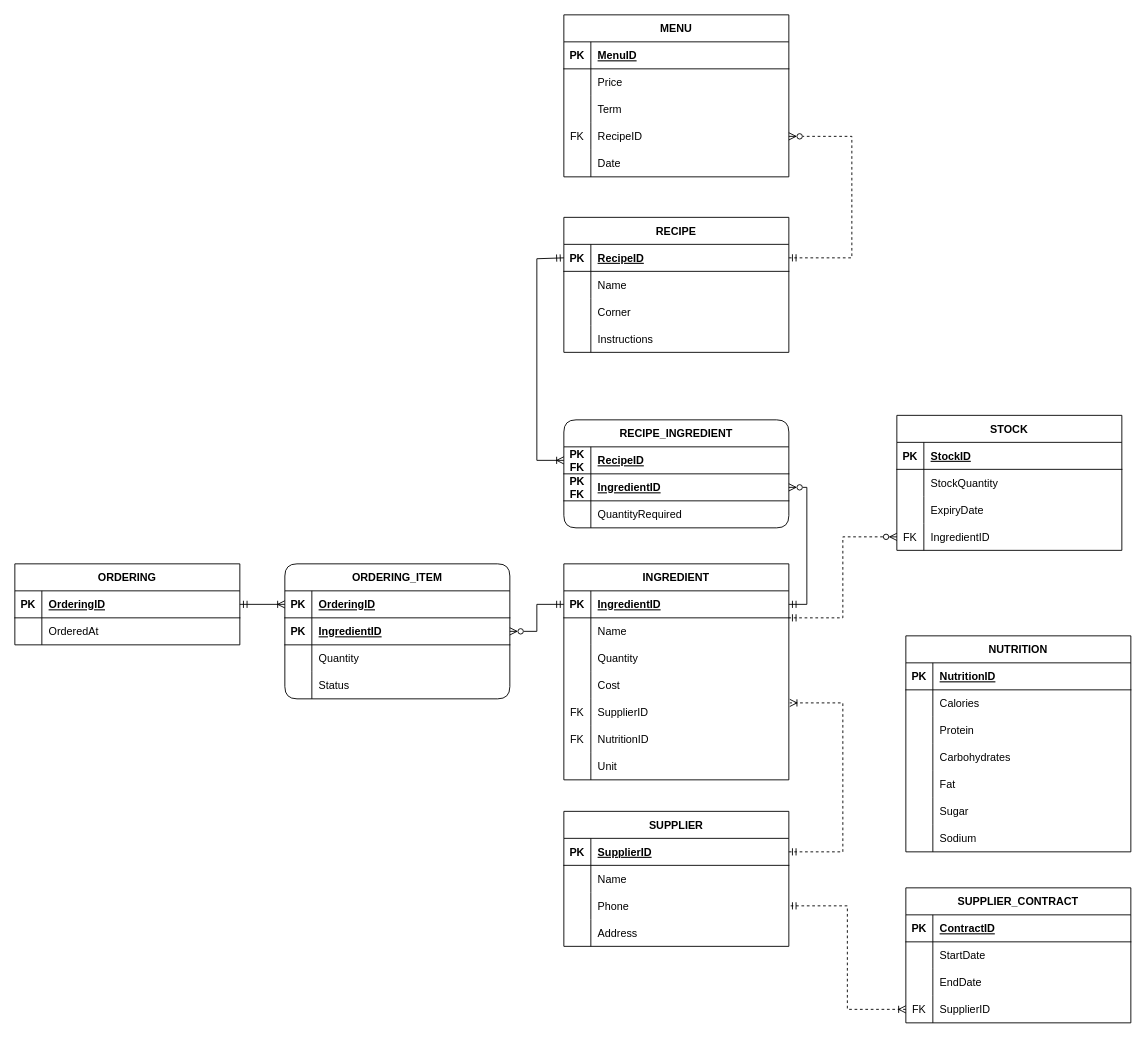
Before: resource/FOOD_CRM.drawio in cryscham123/ERdiagram, a draw.io diagram. Source tidied: cells renumbered, new cells numbered last; positions are measured from the earlier drawing's top-left corner, leaving out a move shared by most shapes. Both pictures are drawn from the tidied source at 90%, with x=0, y=0 at pixel (14, 14).
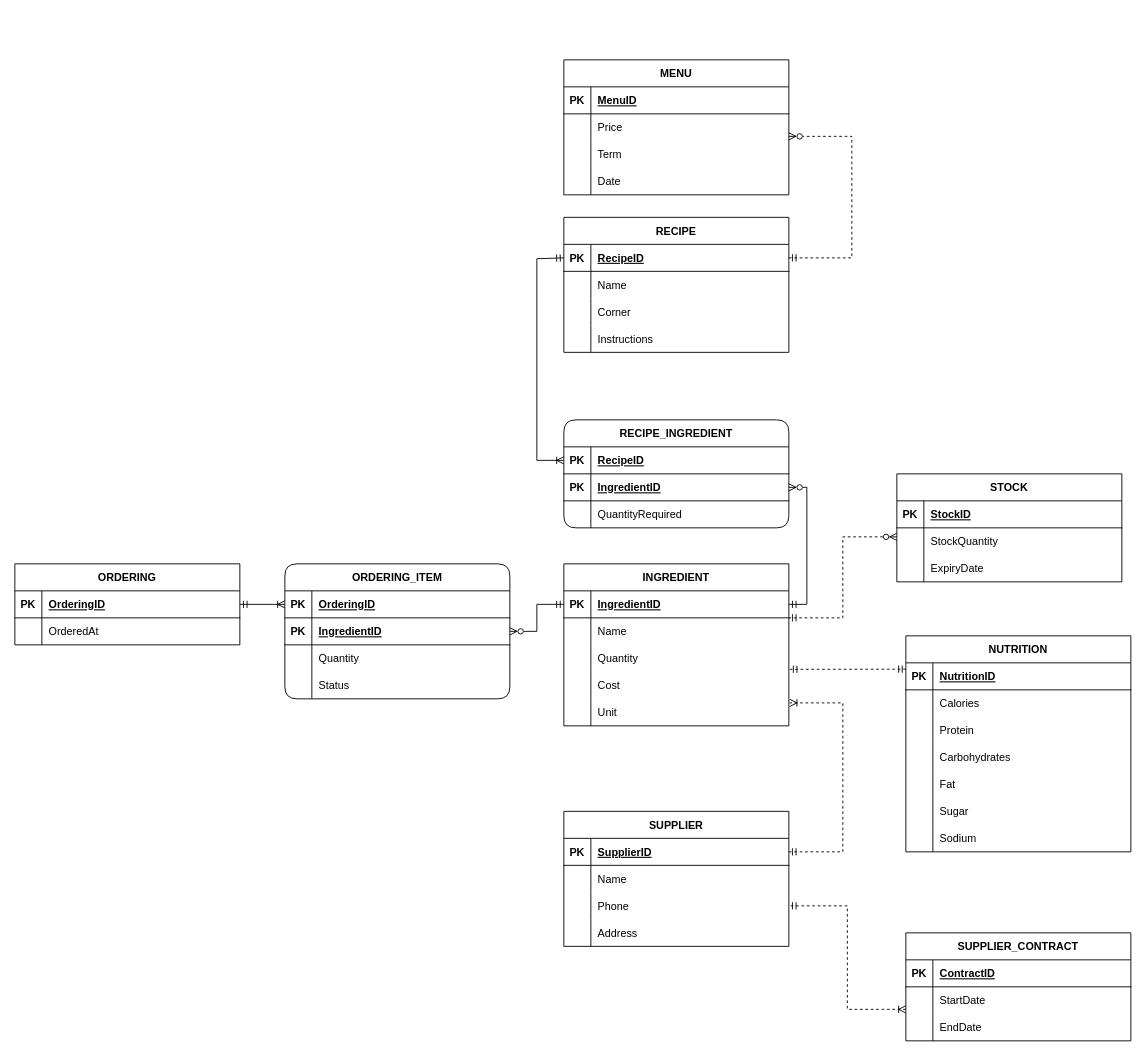
The same diagram, later.

Unchanged cells that the change refers to:
```xml
<mxCell id="4" style="shape=partialRectangle;fillColor=none;points=[[0,0.5],[1,0.5]];portConstraint=eastwest;top=0;left=0;right=0;bottom=1;" parent="3" vertex="1">
  <mxGeometry y="30" width="250" height="30" as="geometry" />
</mxCell>
<mxCell id="41" style="shape=partialRectangle;fillColor=none;points=[[0,0.5],[1,0.5]];portConstraint=eastwest;top=0;left=0;right=0;bottom=0;" parent="34" vertex="1">
  <mxGeometry y="90" width="250" height="30" as="geometry" />
</mxCell>
<mxCell id="91" style="shape=partialRectangle;fillColor=none;points=[[0,0.5],[1,0.5]];portConstraint=eastwest;top=0;left=0;right=0;bottom=1;" parent="90" vertex="1">
  <mxGeometry y="30" width="250" height="30" as="geometry" />
</mxCell>
<mxCell id="105" style="shape=partialRectangle;fillColor=none;points=[[0,0.5],[1,0.5]];portConstraint=eastwest;top=0;left=0;right=0;bottom=1;" parent="104" vertex="1">
  <mxGeometry y="30" width="250" height="30" as="geometry" />
</mxCell>
<mxCell id="108" style="shape=partialRectangle;fillColor=none;points=[[0,0.5],[1,0.5]];portConstraint=eastwest;top=0;left=0;right=0;bottom=1;" parent="104" vertex="1">
  <mxGeometry y="60" width="250" height="30" as="geometry" />
</mxCell>
```

Change to the diagram source:
```diff
@@
     <mxCell id="3" value="INGREDIENT" style="shape=table;startSize=30;childLayout=tableLayout;rowLines=0;fontStyle=1;align=center;" parent="1" vertex="1">
-      <mxGeometry x="610" y="610" width="250" height="240" as="geometry" />
+      <mxGeometry x="610" y="610" width="250" height="180" as="geometry" />
     </mxCell>
@@
-    <mxCell id="16" style="shape=partialRectangle;fillColor=none;points=[[0,0.5],[1,0.5]];portConstraint=eastwest;top=0;left=0;right=0;bottom=0;" parent="3" vertex="1">
-      <mxGeometry y="150" width="250" height="30" as="geometry" />
-    </mxCell>
-    <mxCell id="17" value="FK" style="shape=partialRectangle;overflow=hidden;fillColor=none;top=0;left=0;bottom=0;right=0;" parent="16" vertex="1">
-      <mxGeometry width="30" height="30" as="geometry" />
-    </mxCell>
-    <mxCell id="18" value="SupplierID" style="shape=partialRectangle;overflow=hidden;fillColor=none;top=0;left=0;bottom=0;right=0;align=left;spacingLeft=6;" parent="16" vertex="1">
-      <mxGeometry x="30" width="220" height="30" as="geometry" />
-    </mxCell>
-    <mxCell id="19" style="shape=partialRectangle;fillColor=none;top=0;left=0;right=0;bottom=0;" parent="3" vertex="1">
-      <mxGeometry y="180" width="250" height="30" as="geometry" />
-    </mxCell>
-    <mxCell id="20" value="FK" style="shape=partialRectangle;overflow=hidden;fillColor=none;top=0;left=0;bottom=0;right=0;" parent="19" vertex="1">
-      <mxGeometry width="30" height="30" as="geometry" />
-    </mxCell>
-    <mxCell id="21" value="NutritionID" style="shape=partialRectangle;overflow=hidden;fillColor=none;top=0;left=0;bottom=0;right=0;align=left;spacingLeft=6;" parent="19" vertex="1">
-      <mxGeometry x="30" width="220" height="30" as="geometry" />
-    </mxCell>
     <mxCell id="22" style="shape=partialRectangle;fillColor=none;top=0;left=0;right=0;bottom=0;" parent="3" vertex="1">
-      <mxGeometry y="210" width="250" height="30" as="geometry" />
+      <mxGeometry y="150" width="250" height="30" as="geometry" />
     </mxCell>
@@
-    <mxCell id="33" style="edgeStyle=orthogonalEdgeStyle;rounded=0;jettySize=auto;html=1;startArrow=ERmandOne;startFill=0;endArrow=ERoneToMany;endFill=0;dashed=1;entryX=1.004;entryY=0.15;entryDx=0;entryDy=0;entryPerimeter=0;" parent="1" edge="1" target="16">
+    <mxCell id="33" style="edgeStyle=orthogonalEdgeStyle;rounded=0;orthogonalLoop=1;jettySize=auto;html=1;startArrow=ERmandOne;startFill=0;endArrow=ERoneToMany;endFill=0;dashed=1;entryX=1.004;entryY=0.15;entryDx=0;entryDy=0;entryPerimeter=0;" parent="1" edge="1">
       <mxGeometry relative="1" as="geometry">
         <mxPoint x="860" y="930" as="sourcePoint" />
+        <mxPoint x="861" y="764.5" as="targetPoint" />
         <Array as="points">
           <mxPoint x="920" y="930" />
           <mxPoint x="920" y="765" />
         </Array>
       </mxGeometry>
     </mxCell>
@@
     <mxCell id="47" value="SUPPLIER_CONTRACT" style="shape=table;startSize=30;childLayout=tableLayout;rowLines=0;fontStyle=1;align=center;" parent="1" vertex="1">
-      <mxGeometry x="990" y="970" width="250" height="150" as="geometry" />
+      <mxGeometry x="990" y="1020" width="250" height="120" as="geometry" />
     </mxCell>
@@
-    <mxCell id="57" style="shape=partialRectangle;fillColor=none;points=[[0,0.5],[1,0.5]];portConstraint=eastwest;top=0;left=0;right=0;bottom=0;" parent="47" vertex="1">
-      <mxGeometry y="120" width="250" height="30" as="geometry" />
-    </mxCell>
-    <mxCell id="58" value="FK" style="shape=partialRectangle;overflow=hidden;fillColor=none;top=0;left=0;bottom=0;right=0;" parent="57" vertex="1">
-      <mxGeometry width="30" height="30" as="geometry" />
-    </mxCell>
-    <mxCell id="59" value="SupplierID" style="shape=partialRectangle;overflow=hidden;fillColor=none;top=0;left=0;bottom=0;right=0;align=left;spacingLeft=6;" parent="57" vertex="1">
-      <mxGeometry x="30" width="220" height="30" as="geometry" />
-    </mxCell>
@@
     <mxCell id="73" value="MENU" style="shape=table;startSize=30;childLayout=tableLayout;rowLines=0;fontStyle=1;align=center;" parent="1" vertex="1">
-      <mxGeometry x="610" width="250" height="180" as="geometry" />
+      <mxGeometry x="610" y="50" width="250" height="150" as="geometry" />
     </mxCell>
@@
-    <mxCell id="83" style="shape=partialRectangle;fillColor=none;points=[[0,0.5],[1,0.5]];portConstraint=eastwest;top=0;left=0;right=0;bottom=0;" parent="73" vertex="1">
-      <mxGeometry y="120" width="250" height="30" as="geometry" />
-    </mxCell>
-    <mxCell id="84" value="FK" style="shape=partialRectangle;overflow=hidden;fillColor=none;top=0;left=0;bottom=0;right=0;" parent="83" vertex="1">
-      <mxGeometry width="30" height="30" as="geometry" />
-    </mxCell>
-    <mxCell id="85" value="RecipeID" style="shape=partialRectangle;overflow=hidden;fillColor=none;top=0;left=0;bottom=0;right=0;align=left;spacingLeft=6;" parent="83" vertex="1">
-      <mxGeometry x="30" width="220" height="30" as="geometry" />
-    </mxCell>
     <mxCell id="86" style="shape=partialRectangle;fillColor=none;top=0;left=0;right=0;bottom=0;" parent="73" vertex="1">
-      <mxGeometry y="150" width="250" height="30" as="geometry" />
+      <mxGeometry y="120" width="250" height="30" as="geometry" />
     </mxCell>
@@
-    <mxCell id="89" style="edgeStyle=orthogonalEdgeStyle;rounded=0;jettySize=auto;html=1;endArrow=ERzeroToMany;endFill=0;startArrow=ERmandOne;startFill=0;dashed=1;entryX=1;entryY=0.5;entryDx=0;entryDy=0;exitX=1;exitY=0.5;exitDx=0;exitDy=0;" parent="1" edge="1" source="91" target="83">
+    <mxCell id="89" style="edgeStyle=orthogonalEdgeStyle;rounded=0;jettySize=auto;html=1;endArrow=ERzeroToMany;endFill=0;startArrow=ERmandOne;startFill=0;dashed=1;entryX=1;entryY=0.5;entryDx=0;entryDy=0;exitX=1;exitY=0.5;exitDx=0;exitDy=0;" parent="1" edge="1" source="91">
       <mxGeometry relative="1" as="geometry">
+        <mxPoint x="860" y="135" as="targetPoint" />
         <Array as="points">
           <mxPoint x="930" y="270" />
           <mxPoint x="930" y="135" />
         </Array>
       </mxGeometry>
     </mxCell>
@@
-    <mxCell id="106" value="PK&#10;FK" style="shape=partialRectangle;overflow=hidden;fillColor=none;top=0;left=0;bottom=0;right=0;fontStyle=1;" parent="105" vertex="1">
+    <mxCell id="106" value="PK" style="shape=partialRectangle;overflow=hidden;fillColor=none;top=0;left=0;bottom=0;right=0;fontStyle=1;" parent="105" vertex="1">
       <mxGeometry width="30" height="30" as="geometry" />
     </mxCell>
@@
-    <mxCell id="109" value="PK&#10;FK" style="shape=partialRectangle;overflow=hidden;fillColor=none;top=0;left=0;bottom=0;right=0;fontStyle=1;" parent="108" vertex="1">
+    <mxCell id="109" value="PK" style="shape=partialRectangle;overflow=hidden;fillColor=none;top=0;left=0;bottom=0;right=0;fontStyle=1;" parent="108" vertex="1">
       <mxGeometry width="30" height="30" as="geometry" />
     </mxCell>
@@
-    <mxCell id="114" style="edgeStyle=orthogonalEdgeStyle;rounded=0;jettySize=auto;html=1;startArrow=ERzeroToMany;startFill=0;endArrow=ERmandOne;endFill=0;dashed=1;exitX=0;exitY=0.5;exitDx=0;exitDy=0;" parent="1" edge="1" source="125" target="4">
+    <mxCell id="114" style="edgeStyle=orthogonalEdgeStyle;rounded=0;jettySize=auto;html=1;startArrow=ERzeroToMany;startFill=0;endArrow=ERmandOne;endFill=0;dashed=1;exitX=0;exitY=0.5;exitDx=0;exitDy=0;" parent="1" edge="1" target="4">
       <mxGeometry relative="1" as="geometry">
+        <mxPoint x="980" y="580" as="sourcePoint" />
         <Array as="points">
           <mxPoint x="920" y="580" />
           <mxPoint x="920" y="670" />
         </Array>
       </mxGeometry>
     </mxCell>
     <mxCell id="115" value="STOCK" style="shape=table;startSize=30;childLayout=tableLayout;rowLines=0;fontStyle=1;align=center;" parent="1" vertex="1">
-      <mxGeometry x="980" y="445" width="250" height="150" as="geometry" />
+      <mxGeometry x="980" y="510" width="250" height="120" as="geometry" />
     </mxCell>
@@
-    <mxCell id="125" style="shape=partialRectangle;fillColor=none;points=[[0,0.5],[1,0.5]];portConstraint=eastwest;top=0;left=0;right=0;bottom=0;" parent="115" vertex="1">
-      <mxGeometry y="120" width="250" height="30" as="geometry" />
-    </mxCell>
-    <mxCell id="126" value="FK" style="shape=partialRectangle;overflow=hidden;fillColor=none;top=0;left=0;bottom=0;right=0;" parent="125" vertex="1">
-      <mxGeometry width="30" height="30" as="geometry" />
-    </mxCell>
-    <mxCell id="127" value="IngredientID" style="shape=partialRectangle;overflow=hidden;fillColor=none;top=0;left=0;bottom=0;right=0;align=left;spacingLeft=6;" parent="125" vertex="1">
-      <mxGeometry x="30" width="220" height="30" as="geometry" />
-    </mxCell>
-    <mxCell id="128" style="edgeStyle=orthogonalEdgeStyle;rounded=0;jettySize=auto;html=1;startArrow=ERoneToMany;startFill=0;endArrow=ERmandOne;endFill=0;dashed=1;exitX=0;exitY=0.5;exitDx=0;exitDy=0;entryX=1;entryY=0.5;entryDx=0;entryDy=0;" parent="1" edge="1" source="57" target="41">
+    <mxCell id="128" style="edgeStyle=orthogonalEdgeStyle;rounded=0;jettySize=auto;html=1;startArrow=ERoneToMany;startFill=0;endArrow=ERmandOne;endFill=0;dashed=1;exitX=0;exitY=0.5;exitDx=0;exitDy=0;entryX=1;entryY=0.5;entryDx=0;entryDy=0;" parent="1" edge="1" target="41">
       <mxGeometry relative="1" as="geometry">
+        <mxPoint x="990" y="1105" as="sourcePoint" />
         <Array as="points">
           <mxPoint x="925" y="1105" />
           <mxPoint x="925" y="990" />
         </Array>
       </mxGeometry>
     </mxCell>
@@
+    <mxCell id="152" style="edgeStyle=orthogonalEdgeStyle;rounded=0;orthogonalLoop=1;jettySize=auto;html=1;startArrow=ERmandOne;startFill=0;endArrow=ERmandOne;endFill=0;dashed=1;entryX=1.004;entryY=0.15;entryDx=0;entryDy=0;entryPerimeter=0;" parent="1" edge="1">
+      <mxGeometry relative="1" as="geometry">
+        <mxPoint x="990" y="727" as="sourcePoint" />
+        <mxPoint x="861" y="727.2" as="targetPoint" />
+        <Array as="points">
+          <mxPoint x="990" y="727" />
+          <mxPoint x="989" y="727" />
+        </Array>
+      </mxGeometry>
+    </mxCell>
```
